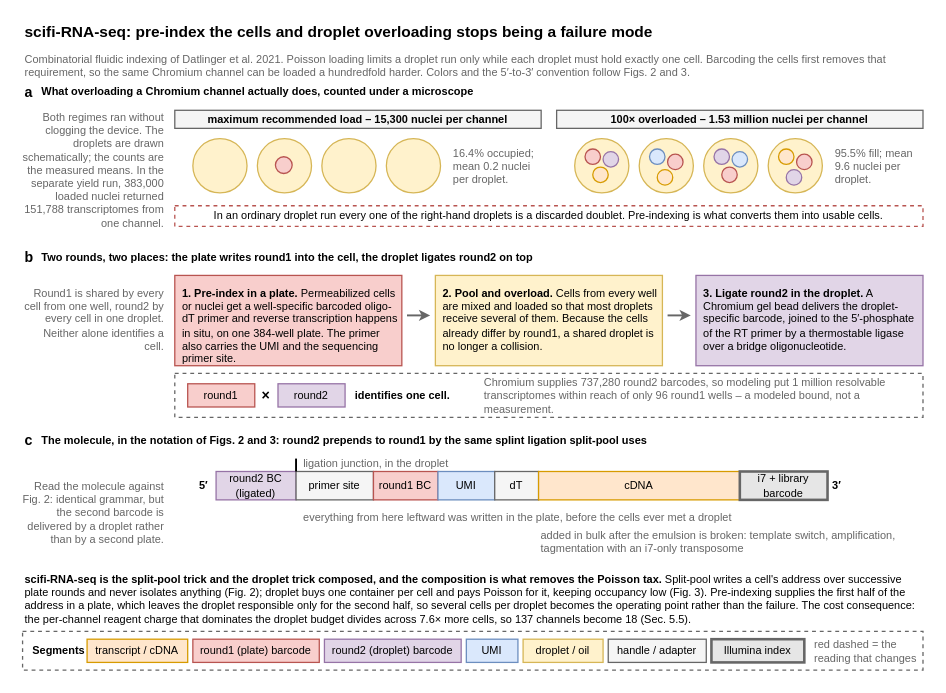
Mjvolk3/torchcell keeps this draw.io diagram as notes/assets/drawio/scifi-fluidic-indexing.drawio. Above is the earlier version. Source tidied: cells renumbered, new cells numbered last; positions are measured from the earlier drawing's top-left corner, leaving out a move shared by most shapes. Both pictures are drawn from the tidied source at 129%, with x=0, y=0 at pixel (22, 22).
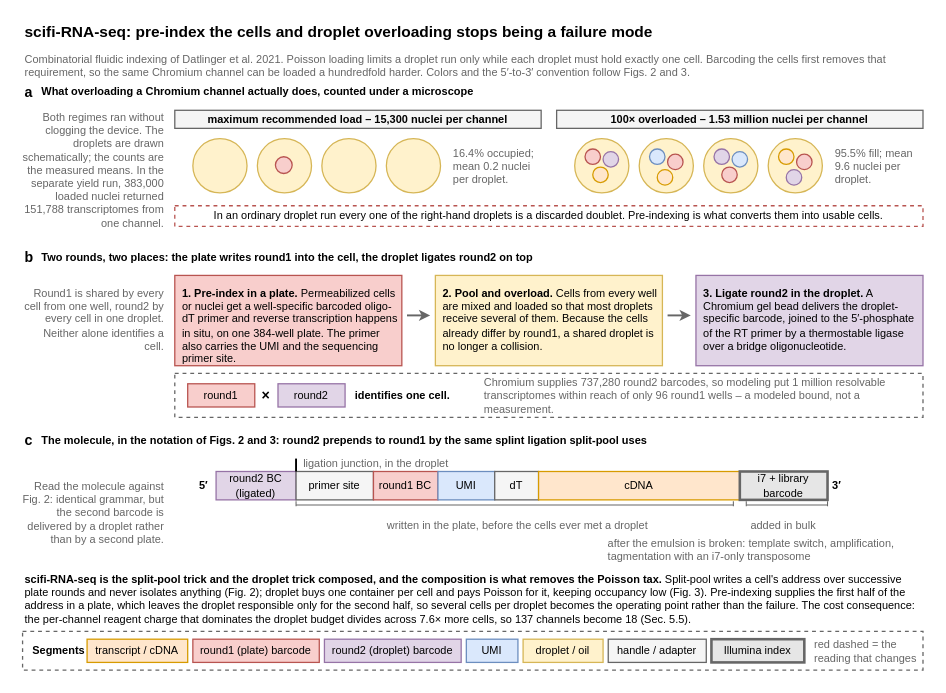
After the change.

Commit message (it also covers changes not shown here):
Fig 4c: replace "from here leftward" with bracketed spans, and fix its direction

Change to the diagram source:
```diff
@@
+    <mxCell id="74" style="endArrow=none;html=1;strokeWidth=0.8;strokeColor=#666666;" parent="1" edge="1">
+      <mxGeometry relative="1" as="geometry">
+        <mxPoint x="212" y="374" as="sourcePoint" />
+        <mxPoint x="551" y="374" as="targetPoint" />
+      </mxGeometry>
+    </mxCell>
+    <mxCell id="75" style="endArrow=none;html=1;strokeWidth=0.8;strokeColor=#666666;" parent="1" edge="1">
+      <mxGeometry relative="1" as="geometry">
+        <mxPoint x="212" y="371" as="sourcePoint" />
+        <mxPoint x="212" y="375" as="targetPoint" />
+      </mxGeometry>
+    </mxCell>
+    <mxCell id="76" style="endArrow=none;html=1;strokeWidth=0.8;strokeColor=#666666;" parent="1" edge="1">
+      <mxGeometry relative="1" as="geometry">
+        <mxPoint x="551" y="371" as="sourcePoint" />
+        <mxPoint x="551" y="375" as="targetPoint" />
+      </mxGeometry>
+    </mxCell>
+    <mxCell id="77" style="endArrow=none;html=1;strokeWidth=0.8;strokeColor=#666666;" parent="1" edge="1">
+      <mxGeometry relative="1" as="geometry">
+        <mxPoint x="561" y="374" as="sourcePoint" />
+        <mxPoint x="624" y="374" as="targetPoint" />
+      </mxGeometry>
+    </mxCell>
+    <mxCell id="78" style="endArrow=none;html=1;strokeWidth=0.8;strokeColor=#666666;" parent="1" edge="1">
+      <mxGeometry relative="1" as="geometry">
+        <mxPoint x="561" y="371" as="sourcePoint" />
+        <mxPoint x="561" y="375" as="targetPoint" />
+      </mxGeometry>
+    </mxCell>
+    <mxCell id="79" style="endArrow=none;html=1;strokeWidth=0.8;strokeColor=#666666;" parent="1" edge="1">
+      <mxGeometry relative="1" as="geometry">
+        <mxPoint x="624" y="371" as="sourcePoint" />
+        <mxPoint x="624" y="375" as="targetPoint" />
+      </mxGeometry>
+    </mxCell>
+    <mxCell id="80" value="added in bulk" style="text;html=1;whiteSpace=wrap;align=center;verticalAlign=top;fontFamily=Arial;fontSize=8.5;fontColor=#666666;" parent="1" vertex="1">
+      <mxGeometry x="546" y="378" width="88" height="11" as="geometry" />
+    </mxCell>
-    <mxCell id="61" value="everything from here leftward was written in the plate, before the cells ever met a droplet" style="text;html=1;whiteSpace=wrap;align=center;verticalAlign=top;fontFamily=Arial;fontSize=8.5;fontColor=#666666;" parent="1" vertex="1">
-      <mxGeometry x="212" y="372" width="344" height="11" as="geometry" />
+    <mxCell id="61" value="written in the plate, before the cells ever met a droplet" style="text;html=1;whiteSpace=wrap;align=center;verticalAlign=top;fontFamily=Arial;fontSize=8.5;fontColor=#666666;" parent="1" vertex="1">
+      <mxGeometry x="212" y="378" width="344" height="11" as="geometry" />
     </mxCell>
-    <mxCell id="62" value="added in bulk after the emulsion is broken: template switch, amplification, tagmentation with an i7-only transposome" style="text;html=1;whiteSpace=wrap;align=left;verticalAlign=top;fontFamily=Arial;fontSize=8.5;fontColor=#666666;" parent="1" vertex="1">
-      <mxGeometry x="400" y="386" width="298" height="22" as="geometry" />
+    <mxCell id="62" value="after the emulsion is broken: template switch, amplification, tagmentation with an i7-only transposome" style="text;html=1;whiteSpace=wrap;align=left;verticalAlign=top;fontFamily=Arial;fontSize=8.5;fontColor=#666666;" parent="1" vertex="1">
+      <mxGeometry x="452" y="392" width="238" height="22" as="geometry" />
     </mxCell>
```
